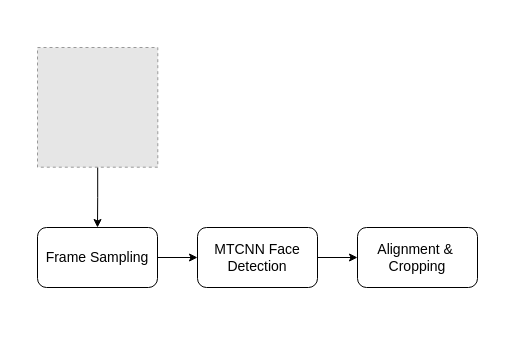
This is DeepFakeDetectionArchitecture.drawio from lukas0173/Draw.io, a draw.io file, before an edit. Source tidied: cells renumbered, new cells numbered last; positions are measured from the earlier drawing's top-left corner, leaving out a move shared by most shapes. Both pictures are drawn from the tidied source at 100%, with x=0, y=0 at pixel (37, 47). Pictures stored in the file or linked from it are replaced by grey dashed boxes.
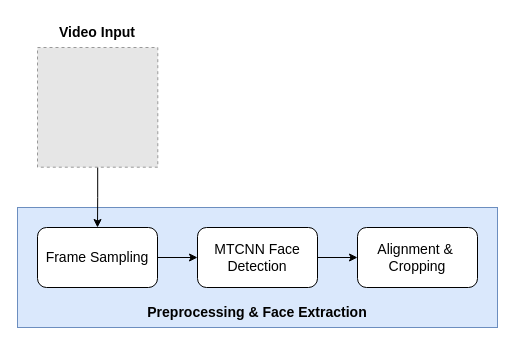
The same page after the edit.

Diff of the diagram source:
```diff
@@
 <mxGraphModel>
   <root>
     <mxCell id="0" />
     <mxCell id="1" parent="0" />
+    <mxCell id="9" style="rounded=0;whiteSpace=wrap;html=1;fillColor=#dae8fc;strokeColor=#6c8ebf;" parent="1" vertex="1">
+      <mxGeometry x="-20" y="160" width="480" height="120" as="geometry" />
+    </mxCell>
     <mxCell id="2" style="edgeStyle=orthogonalEdgeStyle;rounded=0;jettySize=auto;html=1;" parent="1" edge="1" source="3" target="5">
       <mxGeometry relative="1" as="geometry" />
     </mxCell>
     <mxCell id="3" style="fillColor=#E6E6E6;strokeColor=#999999;dashed=1;verticalLabelPosition=bottom;verticalAlign=top;" parent="1" vertex="1">
       <mxGeometry width="120.3" height="119.7" as="geometry" />
     </mxCell>
     <mxCell id="4" style="edgeStyle=orthogonalEdgeStyle;rounded=0;jettySize=auto;html=1;" parent="1" edge="1" source="5" target="7">
       <mxGeometry relative="1" as="geometry" />
     </mxCell>
     <mxCell id="5" value="Frame Sampling" style="rounded=1;whiteSpace=wrap;html=1;fontSize=14;" parent="1" vertex="1">
       <mxGeometry y="180" width="120" height="60" as="geometry" />
     </mxCell>
     <mxCell id="6" style="edgeStyle=orthogonalEdgeStyle;rounded=0;jettySize=auto;html=1;" parent="1" edge="1" source="7" target="8">
       <mxGeometry relative="1" as="geometry" />
     </mxCell>
     <mxCell id="7" value="MTCNN Face Detection" style="rounded=1;whiteSpace=wrap;html=1;fontSize=14;" parent="1" vertex="1">
       <mxGeometry x="160" y="180" width="120" height="60" as="geometry" />
     </mxCell>
     <mxCell id="8" value="Alignment &amp;amp;&amp;nbsp;&lt;div&gt;Cropping&lt;/div&gt;" style="rounded=1;whiteSpace=wrap;html=1;fontSize=14;" parent="1" vertex="1">
       <mxGeometry x="320" y="180" width="120" height="60" as="geometry" />
     </mxCell>
+    <mxCell id="10" value="Preprocessing &amp;amp; Face Extraction" style="text;html=1;whiteSpace=wrap;strokeColor=none;fillColor=none;align=center;verticalAlign=middle;rounded=0;fontStyle=1;fontSize=14;" parent="1" vertex="1">
+      <mxGeometry x="105" y="250" width="230" height="30" as="geometry" />
+    </mxCell>
+    <mxCell id="11" value="Video Input" style="text;html=1;whiteSpace=wrap;strokeColor=none;fillColor=none;align=center;verticalAlign=middle;rounded=0;fontStyle=1;fontSize=14;" parent="1" vertex="1">
+      <mxGeometry x="10.1" y="-30" width="100" height="30" as="geometry" />
+    </mxCell>
   </root>
 </mxGraphModel>
```
